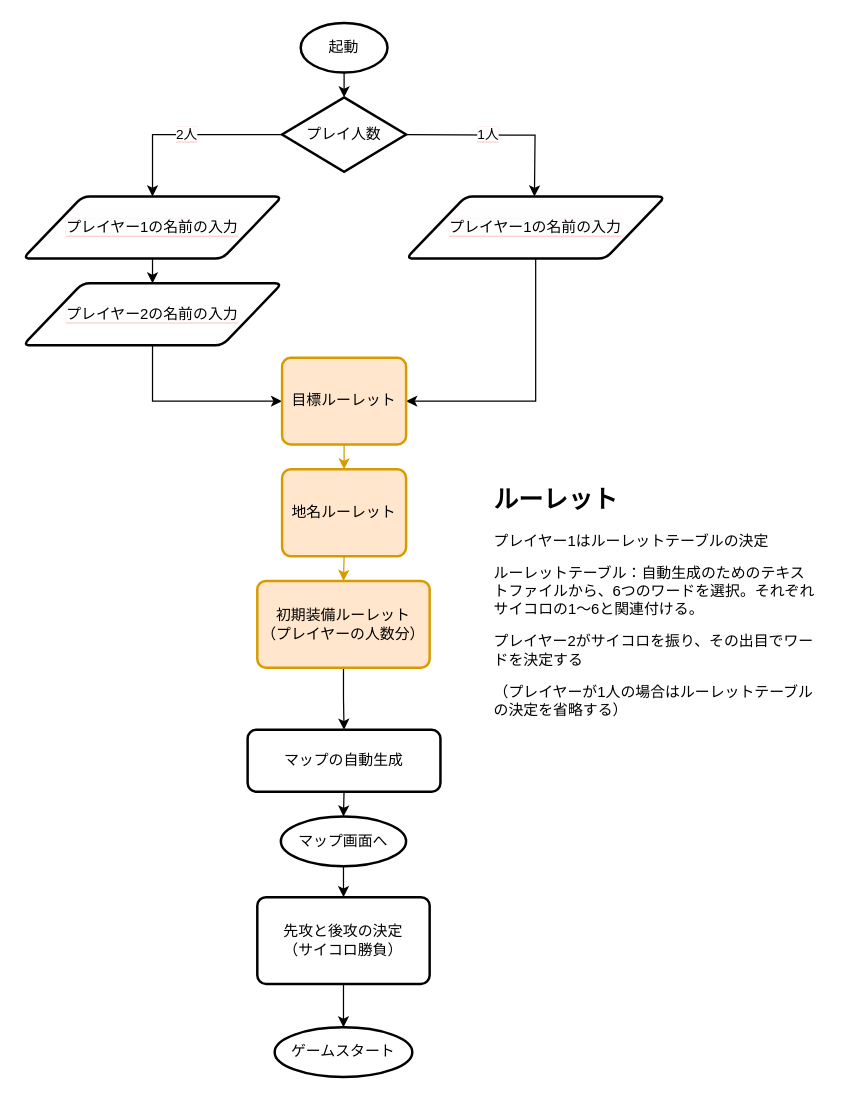
Above: page "タイトル" (2 of 2) of Architecture.drawio in AK-8420/SugorokuRPG (draw.io), before the change. Source tidied: cells renumbered, new cells numbered last; positions are measured from the earlier drawing's top-left corner, leaving out a move shared by most shapes. Both pictures are drawn from the tidied source at 124%, with x=0, y=0 at pixel (22, 22).
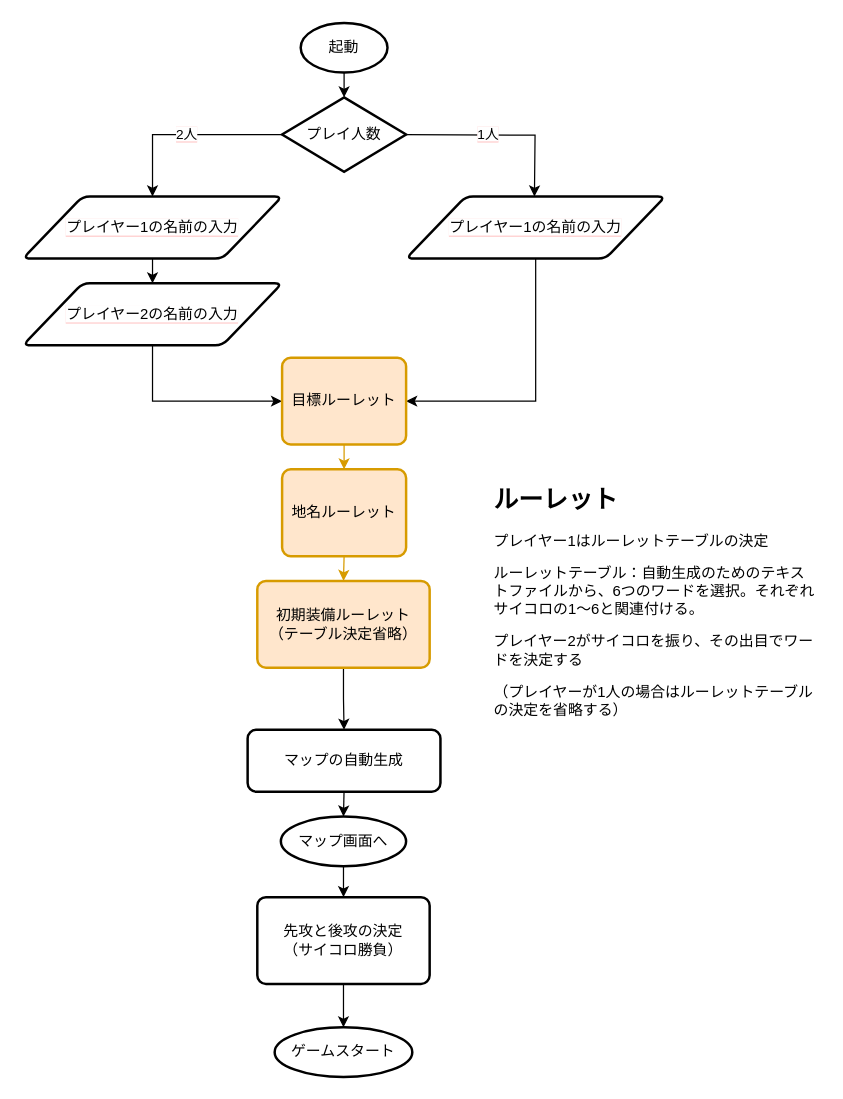
After the change.

Commit message:
タイトル設計

Change to the diagram source:
```diff
@@
-    <mxCell id="18" value="初期装備ルーレット&lt;br&gt;（プレイヤーの人数分）" style="rounded=1;whiteSpace=wrap;html=1;absoluteArcSize=1;arcSize=14;strokeWidth=2;labelBackgroundColor=none;fillColor=#ffe6cc;strokeColor=#d79b00;" parent="1" vertex="1">
+    <mxCell id="18" value="初期装備ルーレット&lt;br&gt;（テーブル決定省略）" style="rounded=1;whiteSpace=wrap;html=1;absoluteArcSize=1;arcSize=14;strokeWidth=2;labelBackgroundColor=none;fillColor=#ffe6cc;strokeColor=#d79b00;" parent="1" vertex="1">
       <mxGeometry x="189" y="450" width="139" height="70" as="geometry" />
     </mxCell>
```
